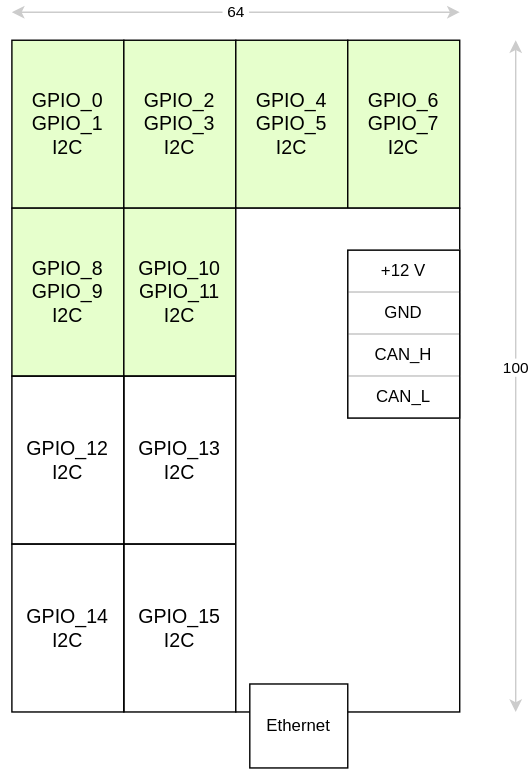
This is docs/esphome/extender2/eth_module.svg from atitoff/CSH4, a draw.io export, as it was before one commit. Source tidied: cells renumbered, new cells last; positions are measured from the earlier drawing's top-left corner, leaving out a move shared by most shapes.
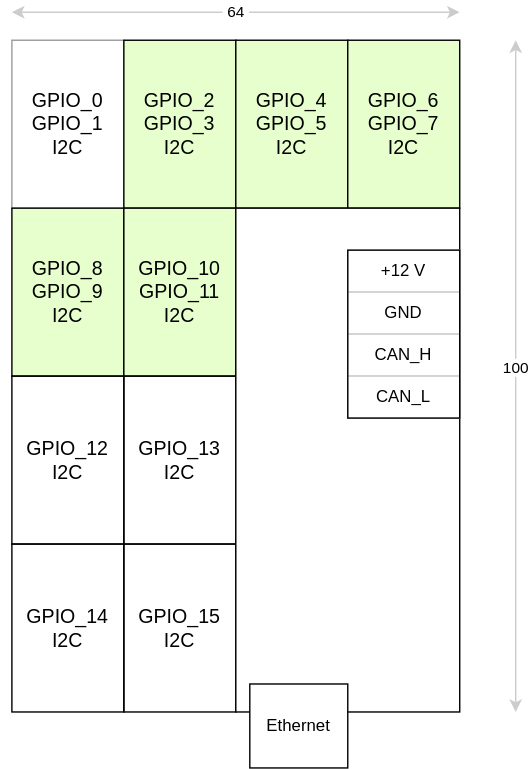
The same diagram one commit later.

Change to the diagram source:
```diff
@@ -2,7 +2,7 @@
   <root>
     <mxCell id="0" />
     <mxCell id="1" parent="0" />
-    <mxCell id="2" value="GPIO_0&lt;div&gt;GPIO_1&lt;/div&gt;&lt;div&gt;I2C&lt;/div&gt;" style="rounded=0;whiteSpace=wrap;html=1;strokeColor=default;fillColor=#E6FFCC;fontSize=14;labelBorderColor=none;" parent="1" vertex="1">
+    <mxCell id="2" value="GPIO_0&lt;div&gt;GPIO_1&lt;/div&gt;&lt;div&gt;I2C&lt;/div&gt;" style="rounded=0;whiteSpace=wrap;html=1;strokeColor=default;fillColor=default;fontSize=14;labelBorderColor=none;opacity=40;" parent="1" vertex="1">
       <mxGeometry y="20" width="80" height="120" as="geometry" />
     </mxCell>
     <mxCell id="3" value="GPIO_2&lt;div&gt;GPIO_3&lt;/div&gt;&lt;div&gt;I2C&lt;/div&gt;" style="rounded=0;whiteSpace=wrap;html=1;strokeColor=default;fillColor=#E6FFCC;fontSize=14;" parent="1" vertex="1">
```
